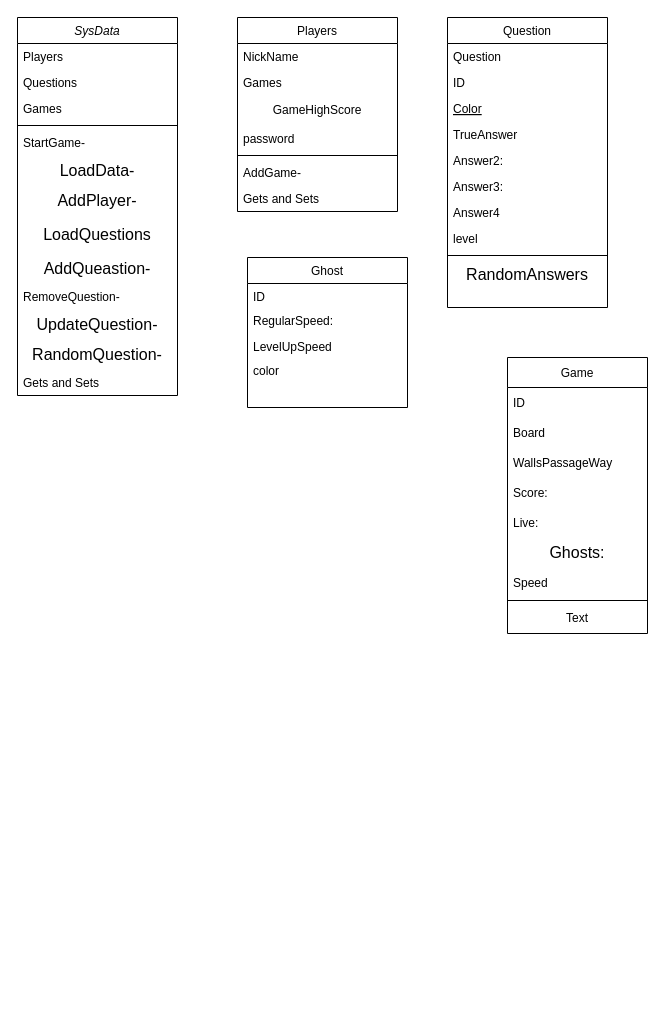
The draw.io diagram Untitled Diagram.drawio in muhammad197/Pack-Man, before the edit. Source tidied: cells renumbered, new cells numbered last; positions are measured from the earlier drawing's top-left corner, leaving out a move shared by most shapes. Both pictures are drawn from the tidied source at 100%, with x=0, y=0 at pixel (17, 17).
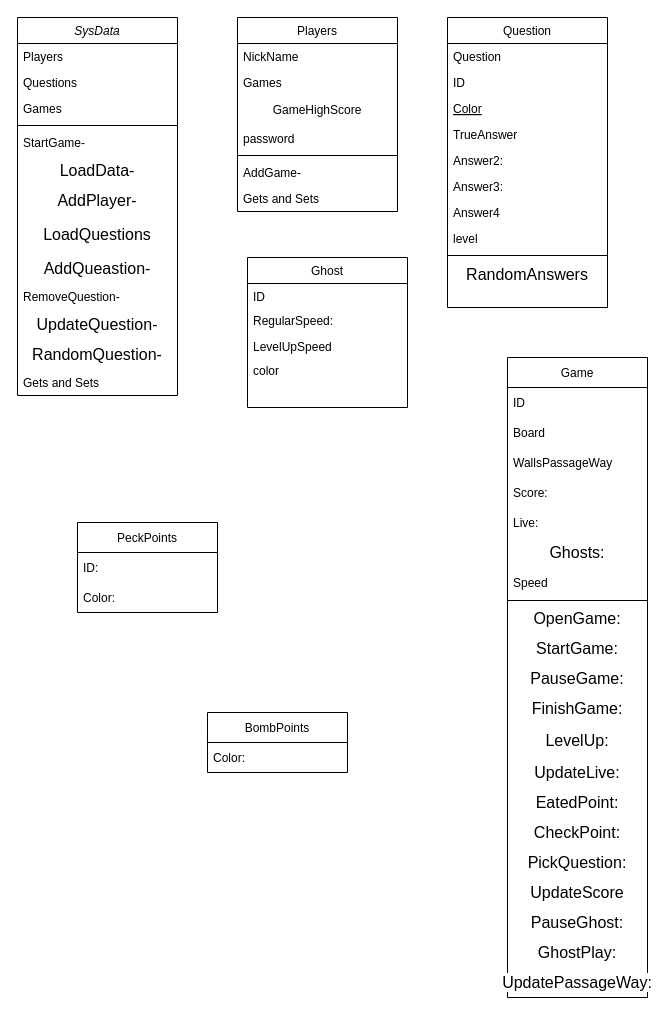
The same page after the edit.

The edit, as a diff of the source:
```diff
@@
     <mxCell id="40" value="Game" style="swimlane;fontStyle=0;horizontal=1;startSize=30;" parent="1" vertex="1">
-      <mxGeometry x="490" y="340" width="140" height="276" as="geometry" />
+      <mxGeometry x="490" y="340" width="140" height="640" as="geometry" />
     </mxCell>
@@
-    <mxCell id="49" value="Text" style="text;html=1;strokeColor=none;fillColor=none;align=center;verticalAlign=middle;whiteSpace=wrap;rounded=0;" parent="40" vertex="1">
+    <mxCell id="49" value="&lt;div class=&quot;page&quot; title=&quot;Page 11&quot;&gt;&lt;div class=&quot;section&quot; style=&quot;background-color: rgb(255 , 255 , 255)&quot;&gt;&lt;div class=&quot;layoutArea&quot;&gt;&lt;div class=&quot;column&quot;&gt;&lt;p&gt;&lt;span style=&quot;font-size: 12pt ; font-family: &amp;#34;arialmt&amp;#34;&quot;&gt;OpenGame:&lt;/span&gt;&lt;/p&gt;&lt;/div&gt;&lt;/div&gt;&lt;/div&gt;&lt;/div&gt;" style="text;html=1;strokeColor=none;fillColor=none;align=center;verticalAlign=middle;whiteSpace=wrap;rounded=0;" parent="40" vertex="1">
       <mxGeometry y="246" width="140" height="30" as="geometry" />
     </mxCell>
+    <mxCell id="50" value="&lt;div class=&quot;page&quot; title=&quot;Page 11&quot;&gt;&lt;div class=&quot;section&quot; style=&quot;background-color: rgb(255 , 255 , 255)&quot;&gt;&lt;div class=&quot;layoutArea&quot;&gt;&lt;div class=&quot;column&quot;&gt;&lt;div class=&quot;page&quot; title=&quot;Page 11&quot;&gt;&lt;div class=&quot;section&quot;&gt;&lt;div class=&quot;layoutArea&quot;&gt;&lt;div class=&quot;column&quot;&gt;&lt;p&gt;&lt;span style=&quot;font-size: 12pt ; font-family: &amp;#34;arialmt&amp;#34;&quot;&gt;StartGame:&lt;/span&gt;&lt;/p&gt;&lt;/div&gt;&lt;/div&gt;&lt;/div&gt;&lt;/div&gt;&lt;/div&gt;&lt;/div&gt;&lt;/div&gt;&lt;/div&gt;" style="text;html=1;strokeColor=none;fillColor=none;align=center;verticalAlign=middle;whiteSpace=wrap;rounded=0;" parent="40" vertex="1">
+      <mxGeometry y="276" width="140" height="30" as="geometry" />
+    </mxCell>
+    <mxCell id="51" value="&lt;div class=&quot;page&quot; title=&quot;Page 11&quot;&gt;&lt;div class=&quot;section&quot; style=&quot;background-color: rgb(255 , 255 , 255)&quot;&gt;&lt;div class=&quot;layoutArea&quot;&gt;&lt;div class=&quot;column&quot;&gt;&lt;div class=&quot;page&quot; title=&quot;Page 11&quot;&gt;&lt;div class=&quot;section&quot;&gt;&lt;div class=&quot;layoutArea&quot;&gt;&lt;div class=&quot;column&quot;&gt;&lt;p&gt;&lt;span style=&quot;font-size: 12pt ; font-family: &amp;#34;arialmt&amp;#34;&quot;&gt;PauseGame:&lt;/span&gt;&lt;/p&gt;&lt;/div&gt;&lt;/div&gt;&lt;/div&gt;&lt;/div&gt;&lt;/div&gt;&lt;/div&gt;&lt;/div&gt;&lt;/div&gt;" style="text;html=1;strokeColor=none;fillColor=none;align=center;verticalAlign=middle;whiteSpace=wrap;rounded=0;" parent="40" vertex="1">
+      <mxGeometry y="306" width="140" height="30" as="geometry" />
+    </mxCell>
+    <mxCell id="52" value="&lt;div class=&quot;page&quot; title=&quot;Page 11&quot;&gt;&lt;div class=&quot;section&quot; style=&quot;background-color: rgb(255 , 255 , 255)&quot;&gt;&lt;div class=&quot;layoutArea&quot;&gt;&lt;div class=&quot;column&quot;&gt;&lt;div class=&quot;page&quot; title=&quot;Page 11&quot;&gt;&lt;div class=&quot;section&quot;&gt;&lt;div class=&quot;layoutArea&quot;&gt;&lt;div class=&quot;column&quot;&gt;&lt;p&gt;&lt;span style=&quot;font-size: 12pt ; font-family: &amp;#34;arialmt&amp;#34;&quot;&gt;FinishGame:&lt;/span&gt;&lt;/p&gt;&lt;/div&gt;&lt;/div&gt;&lt;/div&gt;&lt;/div&gt;&lt;/div&gt;&lt;/div&gt;&lt;/div&gt;&lt;/div&gt;" style="text;html=1;strokeColor=none;fillColor=none;align=center;verticalAlign=middle;whiteSpace=wrap;rounded=0;" parent="40" vertex="1">
+      <mxGeometry y="336" width="140" height="30" as="geometry" />
+    </mxCell>
+    <mxCell id="53" value="&lt;div class=&quot;page&quot; title=&quot;Page 11&quot;&gt;&lt;div class=&quot;section&quot; style=&quot;background-color: rgb(255 , 255 , 255)&quot;&gt;&lt;div class=&quot;layoutArea&quot;&gt;&lt;div class=&quot;column&quot;&gt;&lt;div class=&quot;page&quot; title=&quot;Page 11&quot;&gt;&lt;div class=&quot;section&quot;&gt;&lt;div class=&quot;layoutArea&quot;&gt;&lt;div class=&quot;column&quot;&gt;&lt;p&gt;&lt;span style=&quot;font-size: 12pt ; font-family: &amp;#34;arialmt&amp;#34;&quot;&gt;LevelUp:&lt;/span&gt;&lt;/p&gt;&lt;/div&gt;&lt;/div&gt;&lt;/div&gt;&lt;/div&gt;&lt;/div&gt;&lt;/div&gt;&lt;/div&gt;&lt;/div&gt;" style="text;html=1;strokeColor=none;fillColor=none;align=center;verticalAlign=middle;whiteSpace=wrap;rounded=0;" parent="40" vertex="1">
+      <mxGeometry y="366" width="140" height="34" as="geometry" />
+    </mxCell>
+    <mxCell id="54" value="&lt;div class=&quot;page&quot; title=&quot;Page 11&quot;&gt;&lt;div class=&quot;section&quot; style=&quot;background-color: rgb(255 , 255 , 255)&quot;&gt;&lt;div class=&quot;layoutArea&quot;&gt;&lt;div class=&quot;column&quot;&gt;&lt;div class=&quot;page&quot; title=&quot;Page 11&quot;&gt;&lt;div class=&quot;section&quot;&gt;&lt;div class=&quot;layoutArea&quot;&gt;&lt;div class=&quot;column&quot;&gt;&lt;div class=&quot;page&quot; title=&quot;Page 11&quot;&gt;&lt;div class=&quot;section&quot;&gt;&lt;div class=&quot;layoutArea&quot;&gt;&lt;div class=&quot;column&quot;&gt;&lt;p&gt;&lt;span style=&quot;font-size: 12pt ; font-family: &amp;#34;arialmt&amp;#34;&quot;&gt;UpdateLive:&lt;/span&gt;&lt;/p&gt;&lt;/div&gt;&lt;/div&gt;&lt;/div&gt;&lt;/div&gt;&lt;/div&gt;&lt;/div&gt;&lt;/div&gt;&lt;/div&gt;&lt;/div&gt;&lt;/div&gt;&lt;/div&gt;&lt;/div&gt;" style="text;html=1;strokeColor=none;fillColor=none;align=center;verticalAlign=middle;whiteSpace=wrap;rounded=0;" parent="40" vertex="1">
+      <mxGeometry y="400" width="140" height="30" as="geometry" />
+    </mxCell>
+    <mxCell id="55" value="&lt;div class=&quot;page&quot; title=&quot;Page 11&quot;&gt;&lt;div class=&quot;section&quot; style=&quot;background-color: rgb(255 , 255 , 255)&quot;&gt;&lt;div class=&quot;layoutArea&quot;&gt;&lt;div class=&quot;column&quot;&gt;&lt;div class=&quot;page&quot; title=&quot;Page 11&quot;&gt;&lt;div class=&quot;section&quot;&gt;&lt;div class=&quot;layoutArea&quot;&gt;&lt;div class=&quot;column&quot;&gt;&lt;div class=&quot;page&quot; title=&quot;Page 11&quot;&gt;&lt;div class=&quot;section&quot;&gt;&lt;div class=&quot;layoutArea&quot;&gt;&lt;div class=&quot;column&quot;&gt;&lt;p&gt;&lt;span style=&quot;font-size: 12pt ; font-family: &amp;#34;arialmt&amp;#34;&quot;&gt;EatedPoint:&lt;/span&gt;&lt;/p&gt;&lt;/div&gt;&lt;/div&gt;&lt;/div&gt;&lt;/div&gt;&lt;/div&gt;&lt;/div&gt;&lt;/div&gt;&lt;/div&gt;&lt;/div&gt;&lt;/div&gt;&lt;/div&gt;&lt;/div&gt;" style="text;html=1;strokeColor=none;fillColor=none;align=center;verticalAlign=middle;whiteSpace=wrap;rounded=0;" parent="40" vertex="1">
+      <mxGeometry y="430" width="140" height="30" as="geometry" />
+    </mxCell>
+    <mxCell id="56" value="&lt;div class=&quot;page&quot; title=&quot;Page 11&quot;&gt;&lt;div class=&quot;section&quot; style=&quot;background-color: rgb(255 , 255 , 255)&quot;&gt;&lt;div class=&quot;layoutArea&quot;&gt;&lt;div class=&quot;column&quot;&gt;&lt;div class=&quot;page&quot; title=&quot;Page 11&quot;&gt;&lt;div class=&quot;section&quot;&gt;&lt;div class=&quot;layoutArea&quot;&gt;&lt;div class=&quot;column&quot;&gt;&lt;div class=&quot;page&quot; title=&quot;Page 11&quot;&gt;&lt;div class=&quot;section&quot;&gt;&lt;div class=&quot;layoutArea&quot;&gt;&lt;div class=&quot;column&quot;&gt;&lt;p&gt;&lt;span style=&quot;font-size: 12pt ; font-family: &amp;#34;arialmt&amp;#34;&quot;&gt;CheckPoint:&lt;/span&gt;&lt;/p&gt;&lt;/div&gt;&lt;/div&gt;&lt;/div&gt;&lt;/div&gt;&lt;/div&gt;&lt;/div&gt;&lt;/div&gt;&lt;/div&gt;&lt;/div&gt;&lt;/div&gt;&lt;/div&gt;&lt;/div&gt;" style="text;html=1;strokeColor=none;fillColor=none;align=center;verticalAlign=middle;whiteSpace=wrap;rounded=0;" parent="40" vertex="1">
+      <mxGeometry y="460" width="140" height="30" as="geometry" />
+    </mxCell>
+    <mxCell id="57" value="&lt;div class=&quot;page&quot; title=&quot;Page 11&quot;&gt;&lt;div class=&quot;section&quot; style=&quot;background-color: rgb(255 , 255 , 255)&quot;&gt;&lt;div class=&quot;layoutArea&quot;&gt;&lt;div class=&quot;column&quot;&gt;&lt;div class=&quot;page&quot; title=&quot;Page 11&quot;&gt;&lt;div class=&quot;section&quot;&gt;&lt;div class=&quot;layoutArea&quot;&gt;&lt;div class=&quot;column&quot;&gt;&lt;div class=&quot;page&quot; title=&quot;Page 11&quot;&gt;&lt;div class=&quot;section&quot;&gt;&lt;div class=&quot;layoutArea&quot;&gt;&lt;div class=&quot;column&quot;&gt;&lt;div class=&quot;page&quot; title=&quot;Page 11&quot;&gt;&lt;div class=&quot;section&quot;&gt;&lt;div class=&quot;layoutArea&quot;&gt;&lt;div class=&quot;column&quot;&gt;&lt;p&gt;&lt;span style=&quot;font-size: 12pt ; font-family: &amp;#34;arialmt&amp;#34;&quot;&gt;PickQuestion:&lt;/span&gt;&lt;/p&gt;&lt;/div&gt;&lt;/div&gt;&lt;/div&gt;&lt;/div&gt;&lt;/div&gt;&lt;/div&gt;&lt;/div&gt;&lt;/div&gt;&lt;/div&gt;&lt;/div&gt;&lt;/div&gt;&lt;/div&gt;&lt;/div&gt;&lt;/div&gt;&lt;/div&gt;&lt;/div&gt;" style="text;html=1;strokeColor=none;fillColor=none;align=center;verticalAlign=middle;whiteSpace=wrap;rounded=0;" parent="40" vertex="1">
+      <mxGeometry y="490" width="140" height="30" as="geometry" />
+    </mxCell>
+    <mxCell id="58" value="&lt;div class=&quot;page&quot; title=&quot;Page 11&quot;&gt;&lt;div class=&quot;section&quot; style=&quot;background-color: rgb(255 , 255 , 255)&quot;&gt;&lt;div class=&quot;layoutArea&quot;&gt;&lt;div class=&quot;column&quot;&gt;&lt;div class=&quot;page&quot; title=&quot;Page 11&quot;&gt;&lt;div class=&quot;section&quot;&gt;&lt;div class=&quot;layoutArea&quot;&gt;&lt;div class=&quot;column&quot;&gt;&lt;div class=&quot;page&quot; title=&quot;Page 11&quot;&gt;&lt;div class=&quot;section&quot;&gt;&lt;div class=&quot;layoutArea&quot;&gt;&lt;div class=&quot;column&quot;&gt;&lt;div class=&quot;page&quot; title=&quot;Page 11&quot;&gt;&lt;div class=&quot;section&quot;&gt;&lt;div class=&quot;layoutArea&quot;&gt;&lt;div class=&quot;column&quot;&gt;&lt;p&gt;&lt;span style=&quot;font-size: 12pt ; font-family: &amp;#34;arialmt&amp;#34;&quot;&gt;UpdateScore&lt;/span&gt;&lt;/p&gt;&lt;/div&gt;&lt;/div&gt;&lt;/div&gt;&lt;/div&gt;&lt;/div&gt;&lt;/div&gt;&lt;/div&gt;&lt;/div&gt;&lt;/div&gt;&lt;/div&gt;&lt;/div&gt;&lt;/div&gt;&lt;/div&gt;&lt;/div&gt;&lt;/div&gt;&lt;/div&gt;" style="text;html=1;strokeColor=none;fillColor=none;align=center;verticalAlign=middle;whiteSpace=wrap;rounded=0;" parent="40" vertex="1">
+      <mxGeometry y="520" width="140" height="30" as="geometry" />
+    </mxCell>
+    <mxCell id="59" value="&lt;div class=&quot;page&quot; title=&quot;Page 11&quot; style=&quot;color: rgb(0, 0, 0); font-style: normal; font-weight: normal; letter-spacing: normal; text-indent: 0px; text-transform: none; word-spacing: 0px; text-decoration: none;&quot;&gt;&lt;div class=&quot;section&quot; style=&quot;background-color: rgb(255 , 255 , 255)&quot;&gt;&lt;div class=&quot;layoutArea&quot;&gt;&lt;div class=&quot;column&quot;&gt;&lt;p&gt;&lt;span style=&quot;font-size: 12pt ; font-family: &amp;quot;arialmt&amp;quot;&quot;&gt;PauseGhost:&lt;/span&gt;&lt;/p&gt;&lt;/div&gt;&lt;/div&gt;&lt;/div&gt;&lt;/div&gt;" style="text;html=1;strokeColor=none;fillColor=none;align=center;verticalAlign=middle;whiteSpace=wrap;rounded=0;" parent="40" vertex="1">
+      <mxGeometry y="550" width="140" height="30" as="geometry" />
+    </mxCell>
+    <mxCell id="60" value="&lt;div class=&quot;page&quot; title=&quot;Page 11&quot;&gt;&lt;div class=&quot;section&quot; style=&quot;background-color: rgb(255 , 255 , 255)&quot;&gt;&lt;div class=&quot;layoutArea&quot;&gt;&lt;div class=&quot;column&quot;&gt;&lt;div class=&quot;page&quot; title=&quot;Page 11&quot;&gt;&lt;div class=&quot;section&quot;&gt;&lt;div class=&quot;layoutArea&quot;&gt;&lt;div class=&quot;column&quot;&gt;&lt;div class=&quot;page&quot; title=&quot;Page 11&quot;&gt;&lt;div class=&quot;section&quot;&gt;&lt;div class=&quot;layoutArea&quot;&gt;&lt;div class=&quot;column&quot;&gt;&lt;div class=&quot;page&quot; title=&quot;Page 11&quot;&gt;&lt;div class=&quot;section&quot;&gt;&lt;div class=&quot;layoutArea&quot;&gt;&lt;div class=&quot;column&quot;&gt;&lt;div class=&quot;page&quot; title=&quot;Page 11&quot;&gt;&lt;div class=&quot;section&quot;&gt;&lt;div class=&quot;layoutArea&quot;&gt;&lt;div class=&quot;column&quot;&gt;&lt;p&gt;&lt;span style=&quot;font-size: 12pt ; font-family: &amp;#34;arialmt&amp;#34;&quot;&gt;GhostPlay:&lt;/span&gt;&lt;/p&gt;&lt;/div&gt;&lt;/div&gt;&lt;/div&gt;&lt;/div&gt;&lt;/div&gt;&lt;/div&gt;&lt;/div&gt;&lt;/div&gt;&lt;/div&gt;&lt;/div&gt;&lt;/div&gt;&lt;/div&gt;&lt;/div&gt;&lt;/div&gt;&lt;/div&gt;&lt;/div&gt;&lt;/div&gt;&lt;/div&gt;&lt;/div&gt;&lt;/div&gt;" style="text;html=1;strokeColor=none;fillColor=none;align=center;verticalAlign=middle;whiteSpace=wrap;rounded=0;" parent="40" vertex="1">
+      <mxGeometry y="580" width="140" height="30" as="geometry" />
+    </mxCell>
+    <mxCell id="61" value="&lt;div class=&quot;page&quot; title=&quot;Page 11&quot;&gt;&lt;div class=&quot;section&quot; style=&quot;background-color: rgb(255 , 255 , 255)&quot;&gt;&lt;div class=&quot;layoutArea&quot;&gt;&lt;div class=&quot;column&quot;&gt;&lt;div class=&quot;page&quot; title=&quot;Page 11&quot;&gt;&lt;div class=&quot;section&quot;&gt;&lt;div class=&quot;layoutArea&quot;&gt;&lt;div class=&quot;column&quot;&gt;&lt;div class=&quot;page&quot; title=&quot;Page 11&quot;&gt;&lt;div class=&quot;section&quot;&gt;&lt;div class=&quot;layoutArea&quot;&gt;&lt;div class=&quot;column&quot;&gt;&lt;div class=&quot;page&quot; title=&quot;Page 11&quot;&gt;&lt;div class=&quot;section&quot;&gt;&lt;div class=&quot;layoutArea&quot;&gt;&lt;div class=&quot;column&quot;&gt;&lt;div class=&quot;page&quot; title=&quot;Page 11&quot;&gt;&lt;div class=&quot;section&quot;&gt;&lt;div class=&quot;layoutArea&quot;&gt;&lt;div class=&quot;column&quot;&gt;&lt;div class=&quot;page&quot; title=&quot;Page 11&quot;&gt;&lt;div class=&quot;section&quot;&gt;&lt;div class=&quot;layoutArea&quot;&gt;&lt;div class=&quot;column&quot;&gt;&lt;p&gt;&lt;span style=&quot;font-size: 12pt ; font-family: &amp;#34;arialmt&amp;#34;&quot;&gt;UpdatePassageWay:&lt;/span&gt;&lt;/p&gt;&lt;/div&gt;&lt;/div&gt;&lt;/div&gt;&lt;/div&gt;&lt;/div&gt;&lt;/div&gt;&lt;/div&gt;&lt;/div&gt;&lt;/div&gt;&lt;/div&gt;&lt;/div&gt;&lt;/div&gt;&lt;/div&gt;&lt;/div&gt;&lt;/div&gt;&lt;/div&gt;&lt;/div&gt;&lt;/div&gt;&lt;/div&gt;&lt;/div&gt;&lt;/div&gt;&lt;/div&gt;&lt;/div&gt;&lt;/div&gt;" style="text;html=1;strokeColor=none;fillColor=none;align=center;verticalAlign=middle;whiteSpace=wrap;rounded=0;" parent="40" vertex="1">
+      <mxGeometry y="610" width="140" height="30" as="geometry" />
+    </mxCell>
+    <mxCell id="62" value="PeckPoints" style="swimlane;fontStyle=0;horizontal=1;startSize=30;" parent="1" vertex="1">
+      <mxGeometry x="60" y="505" width="140" height="90" as="geometry" />
+    </mxCell>
+    <mxCell id="63" value="ID:" style="text;strokeColor=none;fillColor=none;align=left;verticalAlign=middle;spacingLeft=4;spacingRight=4;overflow=hidden;" parent="62" vertex="1">
+      <mxGeometry y="30" width="140" height="30" as="geometry" />
+    </mxCell>
+    <mxCell id="64" value="Color:" style="text;strokeColor=none;fillColor=none;align=left;verticalAlign=middle;spacingLeft=4;spacingRight=4;overflow=hidden;" parent="62" vertex="1">
+      <mxGeometry y="60" width="140" height="30" as="geometry" />
+    </mxCell>
+    <mxCell id="65" value="BombPoints" style="swimlane;fontStyle=0;horizontal=1;startSize=30;" parent="1" vertex="1">
+      <mxGeometry x="190" y="695" width="140" height="60" as="geometry" />
+    </mxCell>
+    <mxCell id="66" value="Color:" style="text;strokeColor=none;fillColor=none;align=left;verticalAlign=middle;spacingLeft=4;spacingRight=4;overflow=hidden;" parent="65" vertex="1">
+      <mxGeometry y="30" width="140" height="30" as="geometry" />
+    </mxCell>
```
